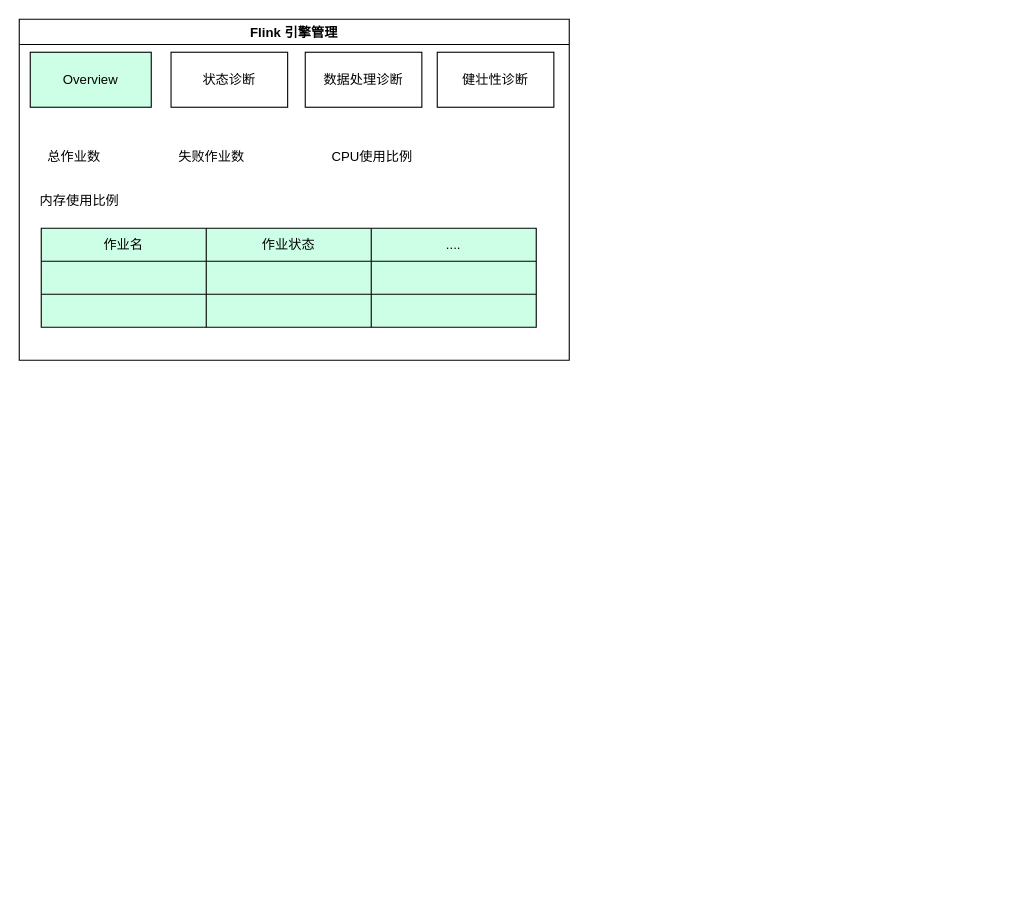
Above: Untitled Diagram.drawio in zjpnju/ddia (draw.io), before the change. Source tidied: cells renumbered, new cells numbered last; positions are measured from the earlier drawing's top-left corner, leaving out a move shared by most shapes. Both pictures are drawn from the tidied source at 110%, with x=0, y=0 at pixel (19, 19).
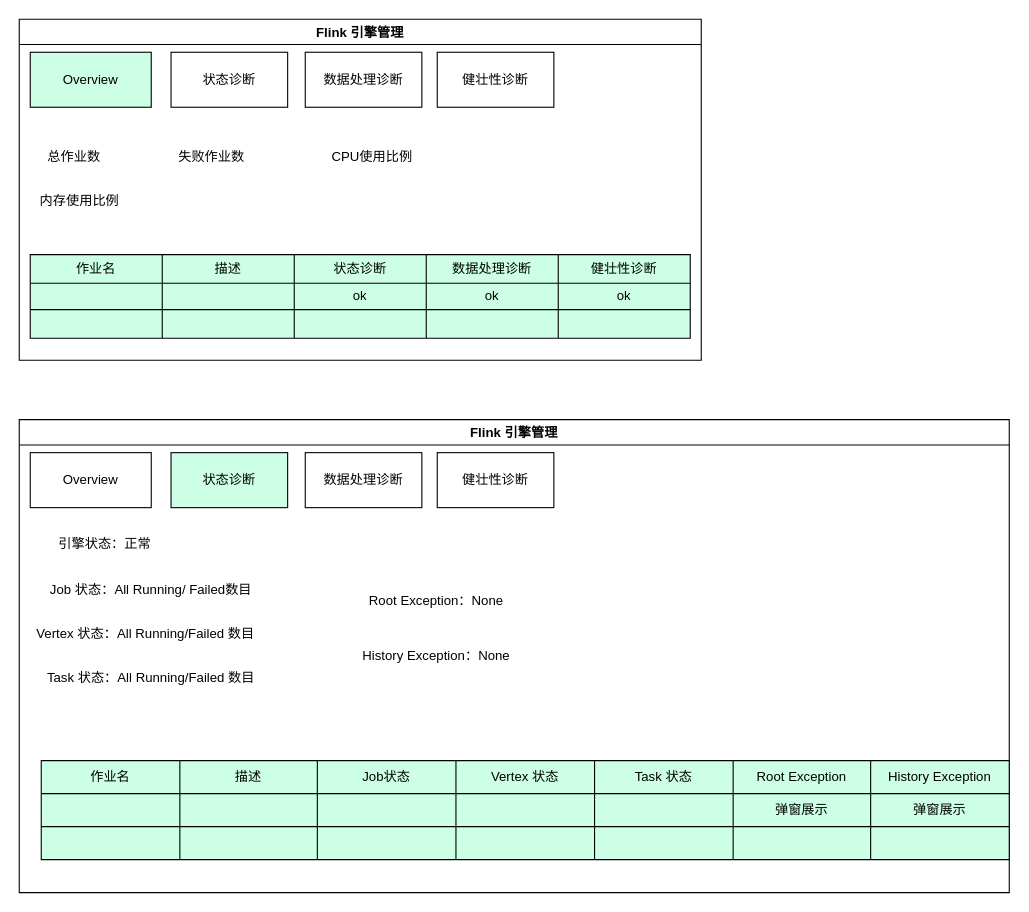
After the change.

What changed in the source:
```diff
@@
     <mxCell id="2" value="Flink 引擎管理" style="swimlane;" parent="1" vertex="1">
-      <mxGeometry width="500" height="310" as="geometry" />
+      <mxGeometry width="620" height="310" as="geometry" />
     </mxCell>
@@
+    <mxCell id="24" style="shape=partialRectangle;html=1;whiteSpace=wrap;fillColor=none;top=0;left=0;bottom=0;right=0;overflow=hidden;" parent="2" vertex="1">
+      <mxGeometry x="10" y="204" width="150" height="30" as="geometry" />
+    </mxCell>
+    <mxCell id="25" style="shape=partialRectangle;html=1;whiteSpace=wrap;fillColor=none;top=0;left=0;bottom=0;right=0;overflow=hidden;" parent="2" vertex="1">
+      <mxGeometry x="10" y="234" width="150" height="30" as="geometry" />
+    </mxCell>
     <mxCell id="11" style="shape=table;html=1;whiteSpace=wrap;startSize=0;childLayout=tableLayout;fillColor=#CCFFE6;" parent="2" vertex="1">
-      <mxGeometry x="20" y="190" width="450" height="90" as="geometry" />
+      <mxGeometry x="10" y="214" width="600" height="76" as="geometry" />
     </mxCell>
+    <mxCell id="16" style="shape=tableRow;horizontal=0;startSize=0;swimlaneHead=0;swimlaneBody=0;top=0;left=0;bottom=0;right=0;fillColor=none;" parent="11" vertex="1">
+      <mxGeometry width="600" height="26" as="geometry" />
+    </mxCell>
+    <mxCell id="17" value="作业名" style="shape=partialRectangle;html=1;whiteSpace=wrap;fillColor=none;top=0;left=0;bottom=0;right=0;overflow=hidden;" parent="16" vertex="1">
+      <mxGeometry width="120" height="26" as="geometry" />
+    </mxCell>
+    <mxCell id="18" value="描述" style="shape=partialRectangle;html=1;whiteSpace=wrap;fillColor=none;top=0;left=0;bottom=0;right=0;overflow=hidden;" parent="16" vertex="1">
+      <mxGeometry x="120" width="120" height="26" as="geometry" />
+    </mxCell>
+    <mxCell id="19" value="状态诊断" style="shape=partialRectangle;html=1;whiteSpace=wrap;fillColor=none;top=0;left=0;bottom=0;right=0;overflow=hidden;" parent="16" vertex="1">
+      <mxGeometry x="240" width="120" height="26" as="geometry" />
+    </mxCell>
+    <mxCell id="26" value="数据处理诊断" style="shape=partialRectangle;html=1;whiteSpace=wrap;fillColor=none;top=0;left=0;bottom=0;right=0;overflow=hidden;" parent="16" vertex="1">
+      <mxGeometry x="360" width="120" height="26" as="geometry" />
+    </mxCell>
+    <mxCell id="27" value="健壮性诊断" style="shape=partialRectangle;html=1;whiteSpace=wrap;fillColor=none;top=0;left=0;bottom=0;right=0;overflow=hidden;" parent="16" vertex="1">
+      <mxGeometry x="480" width="120" height="26" as="geometry" />
+    </mxCell>
     <mxCell id="12" style="shape=tableRow;horizontal=0;startSize=0;swimlaneHead=0;swimlaneBody=0;top=0;left=0;bottom=0;right=0;fillColor=none;" parent="11" vertex="1">
-      <mxGeometry width="450" height="30" as="geometry" />
+      <mxGeometry y="26" width="600" height="24" as="geometry" />
     </mxCell>
-    <mxCell id="13" value="作业名" style="shape=partialRectangle;html=1;whiteSpace=wrap;fillColor=none;top=0;left=0;bottom=0;right=0;overflow=hidden;" parent="12" vertex="1">
-      <mxGeometry width="150" height="30" as="geometry" />
+    <mxCell id="13" style="shape=partialRectangle;html=1;whiteSpace=wrap;fillColor=none;top=0;left=0;bottom=0;right=0;overflow=hidden;" parent="12" vertex="1">
+      <mxGeometry width="120" height="24" as="geometry" />
     </mxCell>
-    <mxCell id="14" value="作业状态" style="shape=partialRectangle;html=1;whiteSpace=wrap;fillColor=none;top=0;left=0;bottom=0;right=0;overflow=hidden;" parent="12" vertex="1">
-      <mxGeometry x="150" width="150" height="30" as="geometry" />
+    <mxCell id="14" style="shape=partialRectangle;html=1;whiteSpace=wrap;fillColor=none;top=0;left=0;bottom=0;right=0;overflow=hidden;" parent="12" vertex="1">
+      <mxGeometry x="120" width="120" height="24" as="geometry" />
     </mxCell>
-    <mxCell id="15" value="...." style="shape=partialRectangle;html=1;whiteSpace=wrap;fillColor=none;top=0;left=0;bottom=0;right=0;overflow=hidden;" parent="12" vertex="1">
-      <mxGeometry x="300" width="150" height="30" as="geometry" />
+    <mxCell id="15" value="ok" style="shape=partialRectangle;html=1;whiteSpace=wrap;fillColor=none;top=0;left=0;bottom=0;right=0;overflow=hidden;" parent="12" vertex="1">
+      <mxGeometry x="240" width="120" height="24" as="geometry" />
     </mxCell>
-    <mxCell id="16" style="shape=tableRow;horizontal=0;startSize=0;swimlaneHead=0;swimlaneBody=0;top=0;left=0;bottom=0;right=0;fillColor=none;" parent="11" vertex="1">
-      <mxGeometry y="30" width="450" height="30" as="geometry" />
-    </mxCell>
-    <mxCell id="17" style="shape=partialRectangle;html=1;whiteSpace=wrap;fillColor=none;top=0;left=0;bottom=0;right=0;overflow=hidden;" parent="16" vertex="1">
-      <mxGeometry width="150" height="30" as="geometry" />
-    </mxCell>
-    <mxCell id="18" style="shape=partialRectangle;html=1;whiteSpace=wrap;fillColor=none;top=0;left=0;bottom=0;right=0;overflow=hidden;" parent="16" vertex="1">
-      <mxGeometry x="150" width="150" height="30" as="geometry" />
-    </mxCell>
-    <mxCell id="19" style="shape=partialRectangle;html=1;whiteSpace=wrap;fillColor=none;top=0;left=0;bottom=0;right=0;overflow=hidden;" parent="16" vertex="1">
-      <mxGeometry x="300" width="150" height="30" as="geometry" />
-    </mxCell>
+    <mxCell id="28" value="ok" style="shape=partialRectangle;html=1;whiteSpace=wrap;fillColor=none;top=0;left=0;bottom=0;right=0;overflow=hidden;" parent="12" vertex="1">
+      <mxGeometry x="360" width="120" height="24" as="geometry" />
+    </mxCell>
+    <mxCell id="29" value="ok" style="shape=partialRectangle;html=1;whiteSpace=wrap;fillColor=none;top=0;left=0;bottom=0;right=0;overflow=hidden;" parent="12" vertex="1">
+      <mxGeometry x="480" width="120" height="24" as="geometry" />
+    </mxCell>
     <mxCell id="20" style="shape=tableRow;horizontal=0;startSize=0;swimlaneHead=0;swimlaneBody=0;top=0;left=0;bottom=0;right=0;fillColor=none;" parent="11" vertex="1">
-      <mxGeometry y="60" width="450" height="30" as="geometry" />
+      <mxGeometry y="50" width="600" height="26" as="geometry" />
     </mxCell>
     <mxCell id="21" style="shape=partialRectangle;html=1;whiteSpace=wrap;fillColor=none;top=0;left=0;bottom=0;right=0;overflow=hidden;" parent="20" vertex="1">
-      <mxGeometry width="150" height="30" as="geometry" />
+      <mxGeometry width="120" height="26" as="geometry" />
     </mxCell>
     <mxCell id="22" style="shape=partialRectangle;html=1;whiteSpace=wrap;fillColor=none;top=0;left=0;bottom=0;right=0;overflow=hidden;" parent="20" vertex="1">
-      <mxGeometry x="150" width="150" height="30" as="geometry" />
+      <mxGeometry x="120" width="120" height="26" as="geometry" />
     </mxCell>
     <mxCell id="23" style="shape=partialRectangle;html=1;whiteSpace=wrap;fillColor=none;top=0;left=0;bottom=0;right=0;overflow=hidden;" parent="20" vertex="1">
-      <mxGeometry x="300" width="150" height="30" as="geometry" />
+      <mxGeometry x="240" width="120" height="26" as="geometry" />
     </mxCell>
+    <mxCell id="30" style="shape=partialRectangle;html=1;whiteSpace=wrap;fillColor=none;top=0;left=0;bottom=0;right=0;overflow=hidden;" parent="20" vertex="1">
+      <mxGeometry x="360" width="120" height="26" as="geometry" />
+    </mxCell>
+    <mxCell id="31" style="shape=partialRectangle;html=1;whiteSpace=wrap;fillColor=none;top=0;left=0;bottom=0;right=0;overflow=hidden;" parent="20" vertex="1">
+      <mxGeometry x="480" width="120" height="26" as="geometry" />
+    </mxCell>
+    <mxCell id="32" value="Flink 引擎管理" style="swimlane;" parent="1" vertex="1">
+      <mxGeometry y="364" width="900" height="430" as="geometry" />
+    </mxCell>
+    <mxCell id="33" value="Overview" style="rounded=0;whiteSpace=wrap;html=1;fillColor=#FFFFFF;" parent="32" vertex="1">
+      <mxGeometry x="10" y="30" width="110" height="50" as="geometry" />
+    </mxCell>
+    <mxCell id="34" value="状态诊断" style="rounded=0;whiteSpace=wrap;html=1;fillColor=#CCFFE6;" parent="32" vertex="1">
+      <mxGeometry x="138" y="30" width="106" height="50" as="geometry" />
+    </mxCell>
+    <mxCell id="35" value="数据处理诊断" style="rounded=0;whiteSpace=wrap;html=1;" parent="32" vertex="1">
+      <mxGeometry x="260" y="30" width="106" height="50" as="geometry" />
+    </mxCell>
+    <mxCell id="36" value="健壮性诊断" style="rounded=0;whiteSpace=wrap;html=1;" parent="32" vertex="1">
+      <mxGeometry x="380" y="30" width="106" height="50" as="geometry" />
+    </mxCell>
+    <mxCell id="37" value="引擎状态：正常" style="text;html=1;strokeColor=none;fillColor=none;align=center;verticalAlign=middle;whiteSpace=wrap;rounded=0;" parent="32" vertex="1">
+      <mxGeometry x="18" y="100" width="120" height="25" as="geometry" />
+    </mxCell>
+    <mxCell id="38" value="Job 状态：All Running/ Failed数目" style="text;html=1;strokeColor=none;fillColor=none;align=center;verticalAlign=middle;whiteSpace=wrap;rounded=0;" parent="32" vertex="1">
+      <mxGeometry x="20" y="140" width="200" height="30" as="geometry" />
+    </mxCell>
+    <mxCell id="39" value="Vertex 状态：All Running/Failed 数目" style="text;html=1;strokeColor=none;fillColor=none;align=center;verticalAlign=middle;whiteSpace=wrap;rounded=0;" parent="32" vertex="1">
+      <mxGeometry x="10" y="180" width="210" height="30" as="geometry" />
+    </mxCell>
+    <mxCell id="40" style="shape=table;html=1;whiteSpace=wrap;startSize=0;childLayout=tableLayout;fillColor=#CCFFE6;" parent="32" vertex="1">
+      <mxGeometry x="20" y="310" width="880" height="90" as="geometry" />
+    </mxCell>
+    <mxCell id="41" style="shape=tableRow;horizontal=0;startSize=0;swimlaneHead=0;swimlaneBody=0;top=0;left=0;bottom=0;right=0;fillColor=none;" parent="40" vertex="1">
+      <mxGeometry width="880" height="30" as="geometry" />
+    </mxCell>
+    <mxCell id="42" value="作业名" style="shape=partialRectangle;html=1;whiteSpace=wrap;fillColor=none;top=0;left=0;bottom=0;right=0;overflow=hidden;" parent="41" vertex="1">
+      <mxGeometry width="126" height="30" as="geometry" />
+    </mxCell>
+    <mxCell id="43" value="描述" style="shape=partialRectangle;html=1;whiteSpace=wrap;fillColor=none;top=0;left=0;bottom=0;right=0;overflow=hidden;" parent="41" vertex="1">
+      <mxGeometry x="126" width="125" height="30" as="geometry" />
+    </mxCell>
+    <mxCell id="44" value="Job状态" style="shape=partialRectangle;html=1;whiteSpace=wrap;fillColor=none;top=0;left=0;bottom=0;right=0;overflow=hidden;" parent="41" vertex="1">
+      <mxGeometry x="251" width="126" height="30" as="geometry" />
+    </mxCell>
+    <mxCell id="45" value="Vertex 状态" style="shape=partialRectangle;html=1;whiteSpace=wrap;fillColor=none;top=0;left=0;bottom=0;right=0;overflow=hidden;" parent="41" vertex="1">
+      <mxGeometry x="377" width="126" height="30" as="geometry" />
+    </mxCell>
+    <mxCell id="46" value="Task 状态" style="shape=partialRectangle;html=1;whiteSpace=wrap;fillColor=none;top=0;left=0;bottom=0;right=0;overflow=hidden;" parent="41" vertex="1">
+      <mxGeometry x="503" width="126" height="30" as="geometry" />
+    </mxCell>
+    <mxCell id="47" value="Root Exception" style="shape=partialRectangle;html=1;whiteSpace=wrap;fillColor=none;top=0;left=0;bottom=0;right=0;overflow=hidden;" parent="41" vertex="1">
+      <mxGeometry x="629" width="125" height="30" as="geometry" />
+    </mxCell>
+    <mxCell id="48" value="History Exception" style="shape=partialRectangle;html=1;whiteSpace=wrap;fillColor=none;top=0;left=0;bottom=0;right=0;overflow=hidden;" parent="41" vertex="1">
+      <mxGeometry x="754" width="126" height="30" as="geometry" />
+    </mxCell>
+    <mxCell id="49" style="shape=tableRow;horizontal=0;startSize=0;swimlaneHead=0;swimlaneBody=0;top=0;left=0;bottom=0;right=0;fillColor=none;" parent="40" vertex="1">
+      <mxGeometry y="30" width="880" height="30" as="geometry" />
+    </mxCell>
+    <mxCell id="50" style="shape=partialRectangle;html=1;whiteSpace=wrap;fillColor=none;top=0;left=0;bottom=0;right=0;overflow=hidden;" parent="49" vertex="1">
+      <mxGeometry width="126" height="30" as="geometry" />
+    </mxCell>
+    <mxCell id="51" style="shape=partialRectangle;html=1;whiteSpace=wrap;fillColor=none;top=0;left=0;bottom=0;right=0;overflow=hidden;" parent="49" vertex="1">
+      <mxGeometry x="126" width="125" height="30" as="geometry" />
+    </mxCell>
+    <mxCell id="52" style="shape=partialRectangle;html=1;whiteSpace=wrap;fillColor=none;top=0;left=0;bottom=0;right=0;overflow=hidden;" parent="49" vertex="1">
+      <mxGeometry x="251" width="126" height="30" as="geometry" />
+    </mxCell>
+    <mxCell id="53" style="shape=partialRectangle;html=1;whiteSpace=wrap;fillColor=none;top=0;left=0;bottom=0;right=0;overflow=hidden;" parent="49" vertex="1">
+      <mxGeometry x="377" width="126" height="30" as="geometry" />
+    </mxCell>
+    <mxCell id="54" style="shape=partialRectangle;html=1;whiteSpace=wrap;fillColor=none;top=0;left=0;bottom=0;right=0;overflow=hidden;" parent="49" vertex="1">
+      <mxGeometry x="503" width="126" height="30" as="geometry" />
+    </mxCell>
+    <mxCell id="55" value="弹窗展示" style="shape=partialRectangle;html=1;whiteSpace=wrap;fillColor=none;top=0;left=0;bottom=0;right=0;overflow=hidden;" parent="49" vertex="1">
+      <mxGeometry x="629" width="125" height="30" as="geometry" />
+    </mxCell>
+    <mxCell id="56" value="弹窗展示" style="shape=partialRectangle;html=1;whiteSpace=wrap;fillColor=none;top=0;left=0;bottom=0;right=0;overflow=hidden;" parent="49" vertex="1">
+      <mxGeometry x="754" width="126" height="30" as="geometry" />
+    </mxCell>
+    <mxCell id="57" style="shape=tableRow;horizontal=0;startSize=0;swimlaneHead=0;swimlaneBody=0;top=0;left=0;bottom=0;right=0;fillColor=none;" parent="40" vertex="1">
+      <mxGeometry y="60" width="880" height="30" as="geometry" />
+    </mxCell>
+    <mxCell id="58" style="shape=partialRectangle;html=1;whiteSpace=wrap;fillColor=none;top=0;left=0;bottom=0;right=0;overflow=hidden;" parent="57" vertex="1">
+      <mxGeometry width="126" height="30" as="geometry" />
+    </mxCell>
+    <mxCell id="59" style="shape=partialRectangle;html=1;whiteSpace=wrap;fillColor=none;top=0;left=0;bottom=0;right=0;overflow=hidden;" parent="57" vertex="1">
+      <mxGeometry x="126" width="125" height="30" as="geometry" />
+    </mxCell>
+    <mxCell id="60" style="shape=partialRectangle;html=1;whiteSpace=wrap;fillColor=none;top=0;left=0;bottom=0;right=0;overflow=hidden;" parent="57" vertex="1">
+      <mxGeometry x="251" width="126" height="30" as="geometry" />
+    </mxCell>
+    <mxCell id="61" style="shape=partialRectangle;html=1;whiteSpace=wrap;fillColor=none;top=0;left=0;bottom=0;right=0;overflow=hidden;" parent="57" vertex="1">
+      <mxGeometry x="377" width="126" height="30" as="geometry" />
+    </mxCell>
+    <mxCell id="62" style="shape=partialRectangle;html=1;whiteSpace=wrap;fillColor=none;top=0;left=0;bottom=0;right=0;overflow=hidden;" parent="57" vertex="1">
+      <mxGeometry x="503" width="126" height="30" as="geometry" />
+    </mxCell>
+    <mxCell id="63" style="shape=partialRectangle;html=1;whiteSpace=wrap;fillColor=none;top=0;left=0;bottom=0;right=0;overflow=hidden;" parent="57" vertex="1">
+      <mxGeometry x="629" width="125" height="30" as="geometry" />
+    </mxCell>
+    <mxCell id="64" style="shape=partialRectangle;html=1;whiteSpace=wrap;fillColor=none;top=0;left=0;bottom=0;right=0;overflow=hidden;" parent="57" vertex="1">
+      <mxGeometry x="754" width="126" height="30" as="geometry" />
+    </mxCell>
+    <mxCell id="65" value="Task 状态：All Running/Failed 数目" style="text;html=1;strokeColor=none;fillColor=none;align=center;verticalAlign=middle;whiteSpace=wrap;rounded=0;" parent="32" vertex="1">
+      <mxGeometry x="15" y="220" width="210" height="30" as="geometry" />
+    </mxCell>
+    <mxCell id="66" value="Root Exception：None&amp;nbsp;" style="text;html=1;strokeColor=none;fillColor=none;align=center;verticalAlign=middle;whiteSpace=wrap;rounded=0;" parent="32" vertex="1">
+      <mxGeometry x="276" y="150" width="210" height="30" as="geometry" />
+    </mxCell>
+    <mxCell id="67" value="History Exception：None&amp;nbsp;" style="text;html=1;strokeColor=none;fillColor=none;align=center;verticalAlign=middle;whiteSpace=wrap;rounded=0;" parent="32" vertex="1">
+      <mxGeometry x="276" y="200" width="210" height="30" as="geometry" />
+    </mxCell>
```
